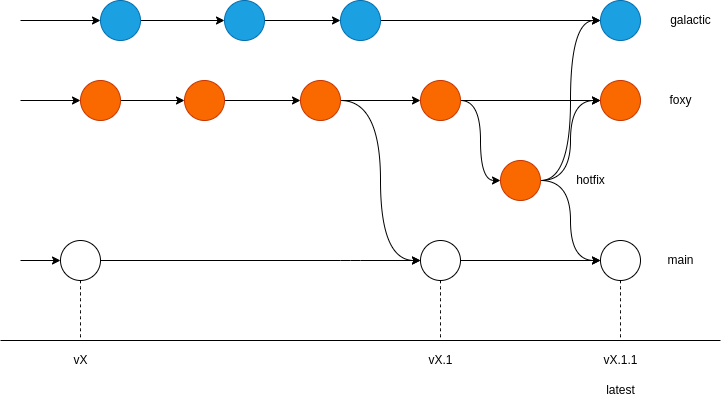
Above: assets/docs/project/workflow.drawio.png in rnanosaur/rnanosaur.github.io (draw.io), before the change. Source tidied: cells renumbered, new cells last; positions are measured from the earlier drawing's top-left corner, leaving out a move shared by most shapes.
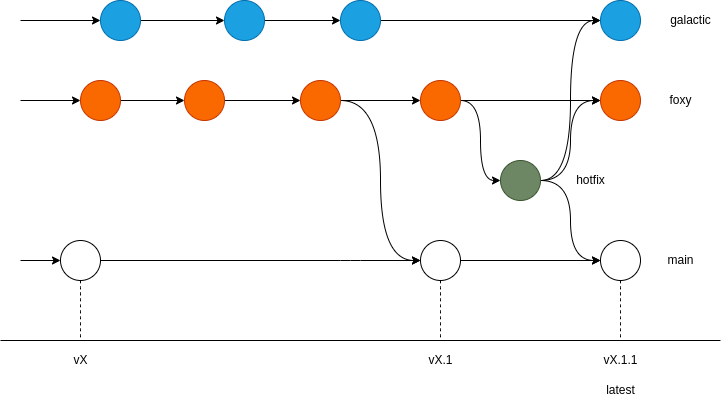
The same file after the commit.

Diff of the diagram source:
```diff
@@ -161,7 +161,7 @@
         </Array>
       </mxGeometry>
     </mxCell>
-    <mxCell id="42" style="ellipse;whiteSpace=wrap;html=1;fillColor=#fa6800;fontColor=#000000;strokeColor=#C73500;" parent="1" vertex="1">
+    <mxCell id="42" style="ellipse;whiteSpace=wrap;html=1;fillColor=#6d8764;strokeColor=#3A5431;fontColor=#ffffff;" parent="1" vertex="1">
       <mxGeometry x="500" y="160" width="40" height="40" as="geometry" />
     </mxCell>
     <mxCell id="43" value="hotfix" style="text;html=1;align=center;verticalAlign=middle;strokeColor=none;fillColor=none;" parent="1" vertex="1">
```
